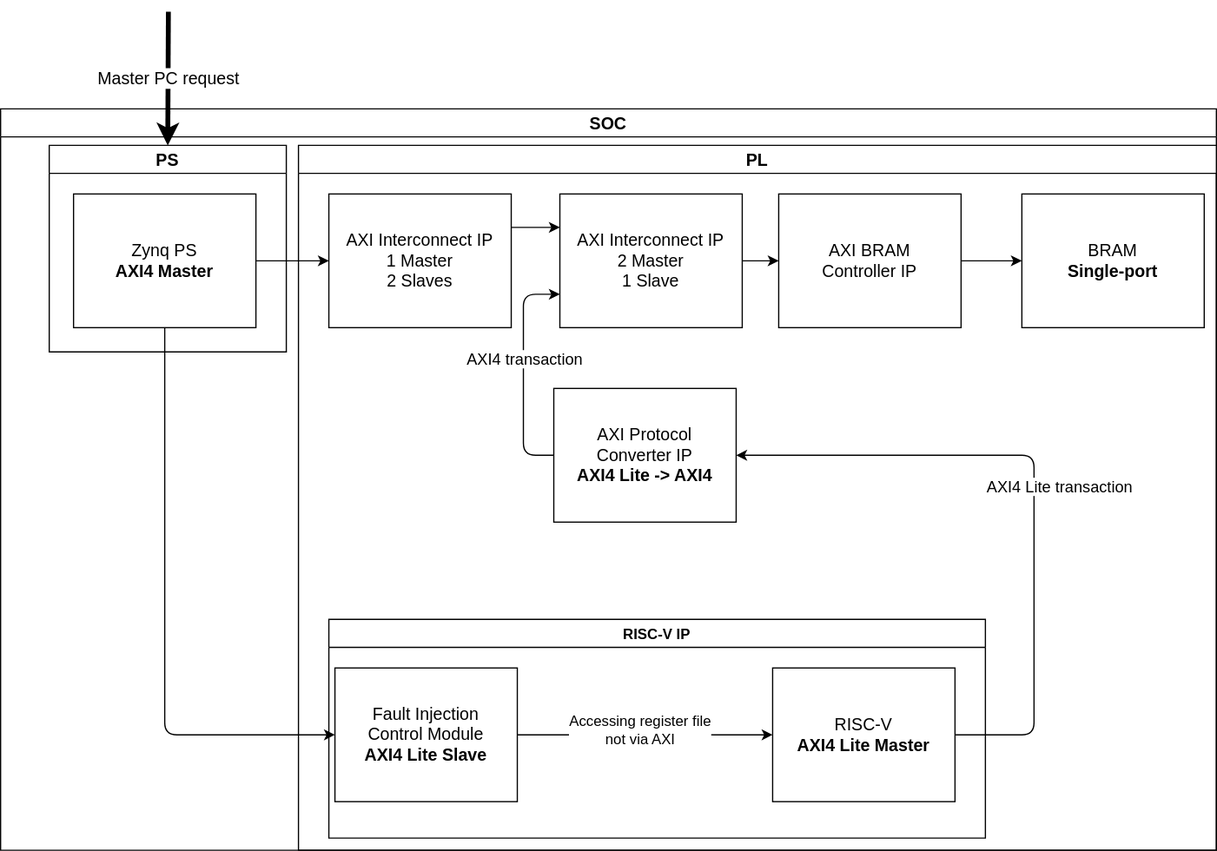
szymek1/RISCV-Research-Project keeps this draw.io diagram as docs/soc_architecture.drawio.svg. Above is the earlier version. Source tidied: cells renumbered, new cells last; positions are measured from the earlier drawing's top-left corner, leaving out a move shared by most shapes.
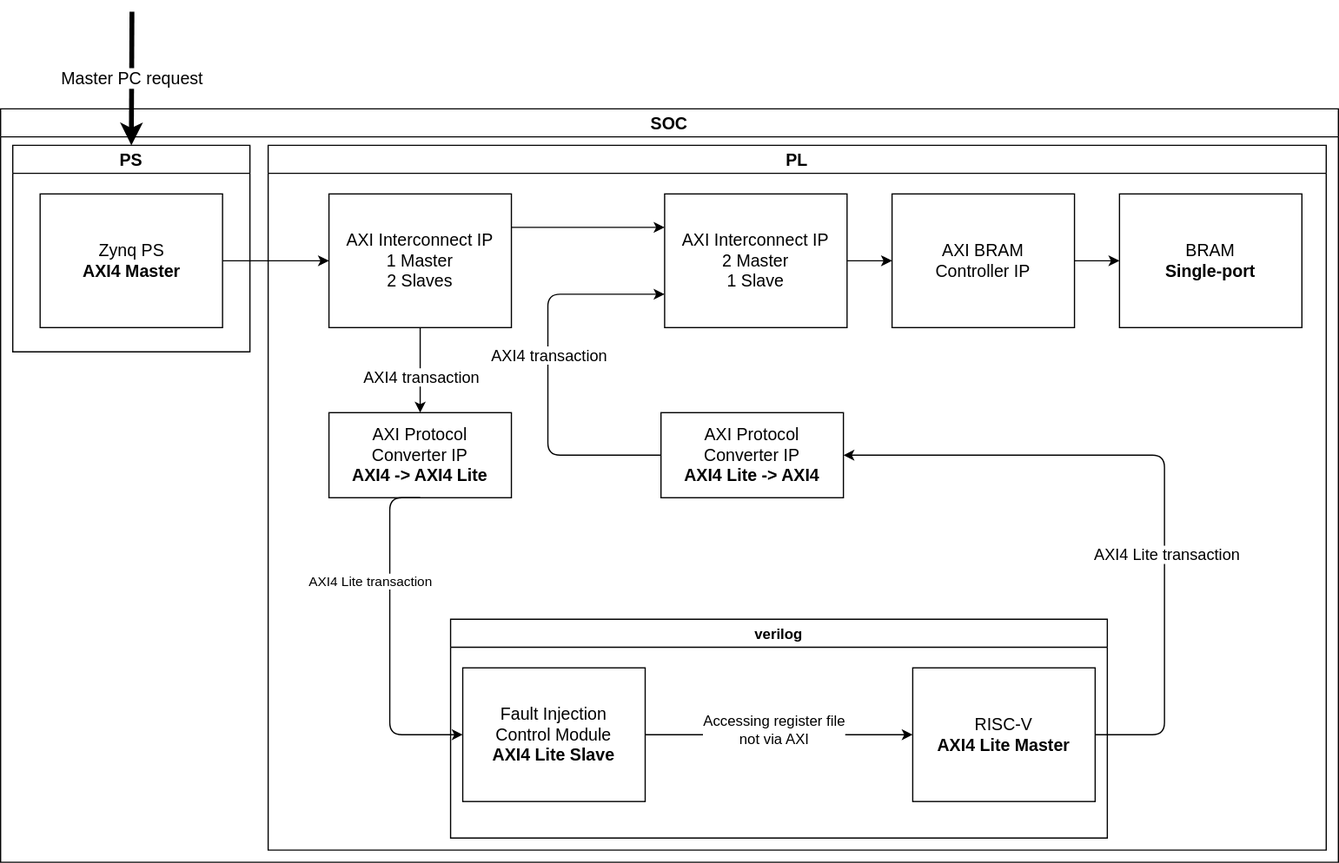
The same file after the commit.

Commit message:
Stylistic changes to the diagram; added extra AXI coverter

What changed in the source:
```diff
@@ -3,51 +3,83 @@
     <mxCell id="0" />
     <mxCell id="1" parent="0" />
     <mxCell id="2" value="SOC" style="swimlane;fontSize=14;" parent="1" vertex="1">
-      <mxGeometry y="80" width="1000" height="610" as="geometry" />
+      <mxGeometry y="80" width="1100" height="620" as="geometry" />
     </mxCell>
     <mxCell id="3" style="edgeStyle=none;html=1;" parent="2" edge="1" source="5" target="9">
       <mxGeometry relative="1" as="geometry" />
     </mxCell>
-    <mxCell id="4" style="edgeStyle=orthogonalEdgeStyle;html=1;exitX=0.5;exitY=1;exitDx=0;exitDy=0;entryX=0;entryY=0.5;entryDx=0;entryDy=0;" parent="2" edge="1" source="5" target="15">
-      <mxGeometry relative="1" as="geometry" />
-    </mxCell>
+    <mxCell id="7" value="PS" style="swimlane;fontSize=14;" parent="2" vertex="1">
+      <mxGeometry x="10" y="30" width="195" height="170" as="geometry" />
+    </mxCell>
-    <mxCell id="5" value="&lt;font style=&quot;font-size: 14px;&quot;&gt;Zynq PS&lt;/font&gt;&lt;div&gt;&lt;b&gt;&lt;font style=&quot;font-size: 14px;&quot;&gt;AXI4 Master&lt;/font&gt;&lt;/b&gt;&lt;/div&gt;" style="rounded=0;whiteSpace=wrap;html=1;" parent="2" vertex="1">
-      <mxGeometry x="60" y="70" width="150" height="110" as="geometry" />
+    <mxCell id="5" value="&lt;font style=&quot;font-size: 14px;&quot;&gt;Zynq PS&lt;/font&gt;&lt;div&gt;&lt;b&gt;&lt;font style=&quot;font-size: 14px;&quot;&gt;AXI4 Master&lt;/font&gt;&lt;/b&gt;&lt;/div&gt;" style="rounded=0;whiteSpace=wrap;html=1;" parent="7" vertex="1">
+      <mxGeometry x="22.5" y="40" width="150" height="110" as="geometry" />
     </mxCell>
-    <mxCell id="6" value="&lt;div&gt;&lt;font style=&quot;font-size: 14px;&quot;&gt;BRAM&lt;/font&gt;&lt;/div&gt;&lt;div&gt;&lt;font style=&quot;font-size: 14px;&quot;&gt;&lt;b&gt;Single-port&lt;/b&gt;&lt;/font&gt;&lt;/div&gt;" style="rounded=0;whiteSpace=wrap;html=1;" parent="2" vertex="1">
-      <mxGeometry x="840" y="70" width="150" height="110" as="geometry" />
-    </mxCell>
-    <mxCell id="7" value="PS" style="swimlane;fontSize=14;" parent="2" vertex="1">
-      <mxGeometry x="40" y="30" width="195" height="170" as="geometry" />
-    </mxCell>
     <mxCell id="8" style="edgeStyle=none;html=1;exitX=1;exitY=0.25;exitDx=0;exitDy=0;entryX=0;entryY=0.25;entryDx=0;entryDy=0;" parent="2" edge="1" source="9" target="13">
       <mxGeometry relative="1" as="geometry" />
     </mxCell>
     <mxCell id="9" value="&lt;div&gt;&lt;span style=&quot;font-size: 14px;&quot;&gt;AXI Interconnect IP&lt;/span&gt;&lt;/div&gt;&lt;div&gt;&lt;span style=&quot;font-size: 14px;&quot;&gt;1 Master&lt;/span&gt;&lt;/div&gt;&lt;div&gt;&lt;span style=&quot;font-size: 14px;&quot;&gt;2 Slaves&lt;/span&gt;&lt;/div&gt;" style="rounded=0;whiteSpace=wrap;html=1;" parent="2" vertex="1">
       <mxGeometry x="270" y="70" width="150" height="110" as="geometry" />
     </mxCell>
-    <mxCell id="10" style="edgeStyle=none;html=1;entryX=0;entryY=0.5;entryDx=0;entryDy=0;" parent="2" edge="1" source="11" target="6">
-      <mxGeometry relative="1" as="geometry" />
-    </mxCell>
+    <mxCell id="14" value="verilog" style="swimlane;" parent="2" vertex="1">
+      <mxGeometry x="370" y="420" width="540" height="180" as="geometry" />
+    </mxCell>
+    <mxCell id="19" value="&lt;div&gt;&lt;span style=&quot;font-size: 14px;&quot;&gt;AXI Protocol&lt;/span&gt;&lt;/div&gt;&lt;div&gt;&lt;span style=&quot;font-size: 14px;&quot;&gt;Converter IP&lt;/span&gt;&lt;/div&gt;&lt;div&gt;&lt;span style=&quot;font-size: 14px;&quot;&gt;&lt;b&gt;AXI4 Lite -&amp;gt; AXI4&lt;/b&gt;&lt;/span&gt;&lt;/div&gt;" style="rounded=0;whiteSpace=wrap;html=1;" parent="2" vertex="1">
+      <mxGeometry x="543" y="250" width="150" height="70" as="geometry" />
+    </mxCell>
+    <mxCell id="22" style="endArrow=classic;html=1;exitX=0;exitY=0.5;exitDx=0;exitDy=0;entryX=0;entryY=0.75;entryDx=0;entryDy=0;edgeStyle=orthogonalEdgeStyle;" parent="2" edge="1" source="19" target="13">
+      <mxGeometry relative="1" as="geometry">
+        <Array as="points">
+          <mxPoint x="450" y="285" />
+          <mxPoint x="450" y="153" />
+        </Array>
+      </mxGeometry>
+    </mxCell>
+    <mxCell id="23" value="&lt;font style=&quot;font-size: 13px;&quot;&gt;AXI4 transaction&lt;/font&gt;" style="edgeLabel;html=1;align=center;verticalAlign=middle;" parent="22" vertex="1">
+      <mxGeometry relative="1" as="geometry">
+        <mxPoint y="-15" as="offset" />
+      </mxGeometry>
+    </mxCell>
+    <mxCell id="24" value="PL" style="swimlane;fontSize=14;startSize=23;" parent="2" vertex="1">
+      <mxGeometry x="220" y="30" width="870" height="580" as="geometry" />
+    </mxCell>
+    <mxCell id="13" value="&lt;div&gt;&lt;span style=&quot;font-size: 14px;&quot;&gt;AXI Interconnect IP&lt;/span&gt;&lt;/div&gt;&lt;div&gt;&lt;span style=&quot;font-size: 14px;&quot;&gt;2 Master&lt;/span&gt;&lt;/div&gt;&lt;div&gt;&lt;span style=&quot;font-size: 14px;&quot;&gt;1 Slave&lt;/span&gt;&lt;/div&gt;" style="rounded=0;whiteSpace=wrap;html=1;" parent="24" vertex="1">
+      <mxGeometry x="326" y="40" width="150" height="110" as="geometry" />
+    </mxCell>
-    <mxCell id="11" value="&lt;div&gt;&lt;span style=&quot;font-size: 14px;&quot;&gt;AXI BRAM&amp;nbsp;&lt;/span&gt;&lt;/div&gt;&lt;div&gt;&lt;span style=&quot;font-size: 14px;&quot;&gt;Controller IP&lt;/span&gt;&lt;/div&gt;" style="rounded=0;whiteSpace=wrap;html=1;" parent="2" vertex="1">
-      <mxGeometry x="640" y="70" width="150" height="110" as="geometry" />
+    <mxCell id="11" value="&lt;div&gt;&lt;span style=&quot;font-size: 14px;&quot;&gt;AXI BRAM&amp;nbsp;&lt;/span&gt;&lt;/div&gt;&lt;div&gt;&lt;span style=&quot;font-size: 14px;&quot;&gt;Controller IP&lt;/span&gt;&lt;/div&gt;" style="rounded=0;whiteSpace=wrap;html=1;" parent="24" vertex="1">
+      <mxGeometry x="513" y="40" width="150" height="110" as="geometry" />
     </mxCell>
-    <mxCell id="12" style="edgeStyle=none;html=1;exitX=1;exitY=0.5;exitDx=0;exitDy=0;entryX=0;entryY=0.5;entryDx=0;entryDy=0;" parent="2" edge="1" source="13" target="11">
+    <mxCell id="12" style="edgeStyle=none;html=1;exitX=1;exitY=0.5;exitDx=0;exitDy=0;entryX=0;entryY=0.5;entryDx=0;entryDy=0;" parent="24" edge="1" source="13" target="11">
       <mxGeometry relative="1" as="geometry" />
     </mxCell>
-    <mxCell id="13" value="&lt;div&gt;&lt;span style=&quot;font-size: 14px;&quot;&gt;AXI Interconnect IP&lt;/span&gt;&lt;/div&gt;&lt;div&gt;&lt;span style=&quot;font-size: 14px;&quot;&gt;2 Master&lt;/span&gt;&lt;/div&gt;&lt;div&gt;&lt;span style=&quot;font-size: 14px;&quot;&gt;1 Slave&lt;/span&gt;&lt;/div&gt;" style="rounded=0;whiteSpace=wrap;html=1;" parent="2" vertex="1">
-      <mxGeometry x="460" y="70" width="150" height="110" as="geometry" />
-    </mxCell>
-    <mxCell id="14" value="RISC-V IP" style="swimlane;" parent="2" vertex="1">
-      <mxGeometry x="270" y="420" width="540" height="180" as="geometry" />
-    </mxCell>
-    <mxCell id="15" value="&lt;div&gt;&lt;span style=&quot;font-size: 14px;&quot;&gt;Fault Injection&lt;/span&gt;&lt;/div&gt;&lt;div&gt;&lt;span style=&quot;font-size: 14px;&quot;&gt;Control Module&lt;/span&gt;&lt;/div&gt;&lt;div&gt;&lt;span style=&quot;font-size: 14px;&quot;&gt;&lt;b&gt;AXI4 Lite Slave&lt;/b&gt;&lt;/span&gt;&lt;/div&gt;" style="rounded=0;whiteSpace=wrap;html=1;" parent="14" vertex="1">
-      <mxGeometry x="5" y="40" width="150" height="110" as="geometry" />
+    <mxCell id="15" value="&lt;div&gt;&lt;span style=&quot;font-size: 14px;&quot;&gt;Fault Injection&lt;/span&gt;&lt;/div&gt;&lt;div&gt;&lt;span style=&quot;font-size: 14px;&quot;&gt;Control Module&lt;/span&gt;&lt;/div&gt;&lt;div&gt;&lt;span style=&quot;font-size: 14px;&quot;&gt;&lt;b&gt;AXI4 Lite Slave&lt;/b&gt;&lt;/span&gt;&lt;/div&gt;" style="rounded=0;whiteSpace=wrap;html=1;" parent="24" vertex="1">
+      <mxGeometry x="160" y="430" width="150" height="110" as="geometry" />
     </mxCell>
+    <mxCell id="27" value="&lt;div&gt;&lt;span style=&quot;font-size: 14px;&quot;&gt;AXI Protocol&lt;/span&gt;&lt;/div&gt;&lt;div&gt;&lt;span style=&quot;font-size: 14px;&quot;&gt;Converter IP&lt;/span&gt;&lt;/div&gt;&lt;div&gt;&lt;span style=&quot;font-size: 14px;&quot;&gt;&lt;b&gt;AXI4 -&amp;gt; AXI4 Lite&lt;/b&gt;&lt;/span&gt;&lt;/div&gt;" style="rounded=0;whiteSpace=wrap;html=1;" parent="24" vertex="1">
+      <mxGeometry x="50" y="220" width="150" height="70" as="geometry" />
+    </mxCell>
+    <mxCell id="28" style="endArrow=classic;html=1;exitX=0.5;exitY=1;exitDx=0;exitDy=0;entryX=0;entryY=0.5;entryDx=0;entryDy=0;edgeStyle=orthogonalEdgeStyle;" parent="24" edge="1" source="27" target="15">
+      <mxGeometry relative="1" as="geometry">
+        <Array as="points">
+          <mxPoint x="100" y="290" />
+          <mxPoint x="100" y="485" />
+        </Array>
+      </mxGeometry>
+    </mxCell>
+    <mxCell id="29" value="AXI4 Lite transaction" style="edgeLabel;html=1;align=center;verticalAlign=middle;" parent="28" vertex="1">
+      <mxGeometry relative="1" as="geometry">
+        <mxPoint x="-17" y="-47" as="offset" />
+      </mxGeometry>
+    </mxCell>
+    <mxCell id="6" value="&lt;div&gt;&lt;font style=&quot;font-size: 14px;&quot;&gt;BRAM&lt;/font&gt;&lt;/div&gt;&lt;div&gt;&lt;font style=&quot;font-size: 14px;&quot;&gt;&lt;b&gt;Single-port&lt;/b&gt;&lt;/font&gt;&lt;/div&gt;" style="rounded=0;whiteSpace=wrap;html=1;" parent="24" vertex="1">
+      <mxGeometry x="700" y="40" width="150" height="110" as="geometry" />
+    </mxCell>
+    <mxCell id="10" style="edgeStyle=none;html=1;entryX=0;entryY=0.5;entryDx=0;entryDy=0;" parent="24" edge="1" source="11" target="6">
+      <mxGeometry relative="1" as="geometry" />
+    </mxCell>
-    <mxCell id="16" value="&lt;span style=&quot;font-size: 14px;&quot;&gt;RISC-V&lt;/span&gt;&lt;div&gt;&lt;span style=&quot;font-size: 14px;&quot;&gt;&lt;b&gt;AXI4 Lite Master&lt;/b&gt;&lt;/span&gt;&lt;/div&gt;" style="rounded=0;whiteSpace=wrap;html=1;" parent="14" vertex="1">
-      <mxGeometry x="365" y="40" width="150" height="110" as="geometry" />
+    <mxCell id="16" value="&lt;span style=&quot;font-size: 14px;&quot;&gt;RISC-V&lt;/span&gt;&lt;div&gt;&lt;span style=&quot;font-size: 14px;&quot;&gt;&lt;b&gt;AXI4 Lite Master&lt;/b&gt;&lt;/span&gt;&lt;/div&gt;" style="rounded=0;whiteSpace=wrap;html=1;" parent="24" vertex="1">
+      <mxGeometry x="530" y="430" width="150" height="110" as="geometry" />
     </mxCell>
-    <mxCell id="17" style="endArrow=classic;html=1;exitX=1;exitY=0.5;exitDx=0;exitDy=0;entryX=0;entryY=0.5;entryDx=0;entryDy=0;" parent="14" edge="1" source="15" target="16">
+    <mxCell id="17" style="endArrow=classic;html=1;exitX=1;exitY=0.5;exitDx=0;exitDy=0;entryX=0;entryY=0.5;entryDx=0;entryDy=0;" parent="24" edge="1" source="15" target="16">
       <mxGeometry relative="1" as="geometry" />
     </mxCell>
     <mxCell id="18" value="&lt;font style=&quot;font-size: 12px;&quot;&gt;Accessing register file&lt;/font&gt;&lt;div&gt;&lt;font style=&quot;font-size: 12px;&quot;&gt;not via AXI&lt;/font&gt;&lt;/div&gt;" style="edgeLabel;html=1;align=center;verticalAlign=middle;" parent="17" vertex="1">
@@ -55,41 +87,30 @@
         <mxPoint x="-5" y="-5" as="offset" />
       </mxGeometry>
     </mxCell>
-    <mxCell id="19" value="&lt;div&gt;&lt;span style=&quot;font-size: 14px;&quot;&gt;AXI Protocol&lt;/span&gt;&lt;/div&gt;&lt;div&gt;&lt;span style=&quot;font-size: 14px;&quot;&gt;Converter IP&lt;/span&gt;&lt;/div&gt;&lt;div&gt;&lt;span style=&quot;font-size: 14px;&quot;&gt;&lt;b&gt;AXI4 Lite -&amp;gt; AXI4&lt;/b&gt;&lt;/span&gt;&lt;/div&gt;" style="rounded=0;whiteSpace=wrap;html=1;" parent="2" vertex="1">
-      <mxGeometry x="455" y="230" width="150" height="110" as="geometry" />
-    </mxCell>
+    <mxCell id="30" style="endArrow=classic;html=1;exitX=0.5;exitY=1;exitDx=0;exitDy=0;entryX=0.5;entryY=0;entryDx=0;entryDy=0;" parent="2" edge="1" source="9" target="27">
+      <mxGeometry relative="1" as="geometry" />
+    </mxCell>
+    <mxCell id="31" value="&lt;font style=&quot;font-size: 13px;&quot;&gt;AXI4 transaction&lt;/font&gt;" style="edgeLabel;html=1;align=center;verticalAlign=middle;" parent="30" vertex="1">
+      <mxGeometry relative="1" as="geometry">
+        <mxPoint y="5" as="offset" />
+      </mxGeometry>
+    </mxCell>
     <mxCell id="20" style="endArrow=classic;html=1;exitX=1;exitY=0.5;exitDx=0;exitDy=0;entryX=1;entryY=0.5;entryDx=0;entryDy=0;edgeStyle=orthogonalEdgeStyle;" parent="2" edge="1" source="16" target="19">
       <mxGeometry relative="1" as="geometry">
         <Array as="points">
-          <mxPoint x="850" y="515" />
-          <mxPoint x="850" y="285" />
+          <mxPoint x="957" y="515" />
+          <mxPoint x="957" y="285" />
         </Array>
       </mxGeometry>
     </mxCell>
     <mxCell id="21" value="&lt;font style=&quot;font-size: 13px;&quot;&gt;AXI4 Lite transaction&lt;/font&gt;" style="edgeLabel;html=1;align=center;verticalAlign=middle;" parent="20" vertex="1">
       <mxGeometry relative="1" as="geometry">
-        <mxPoint x="20" as="offset" />
+        <mxPoint x="1" y="70" as="offset" />
       </mxGeometry>
     </mxCell>
-    <mxCell id="22" style="endArrow=classic;html=1;exitX=0;exitY=0.5;exitDx=0;exitDy=0;entryX=0;entryY=0.75;entryDx=0;entryDy=0;edgeStyle=orthogonalEdgeStyle;" parent="2" edge="1" source="19" target="13">
-      <mxGeometry relative="1" as="geometry">
-        <Array as="points">
-          <mxPoint x="430" y="285" />
-          <mxPoint x="430" y="153" />
-        </Array>
-      </mxGeometry>
-    </mxCell>
-    <mxCell id="23" value="&lt;font style=&quot;font-size: 13px;&quot;&gt;AXI4 transaction&lt;/font&gt;" style="edgeLabel;html=1;align=center;verticalAlign=middle;" parent="22" vertex="1">
-      <mxGeometry relative="1" as="geometry">
-        <mxPoint y="-11" as="offset" />
-      </mxGeometry>
-    </mxCell>
-    <mxCell id="24" value="PL" style="swimlane;fontSize=14;startSize=23;" parent="2" vertex="1">
-      <mxGeometry x="245" y="30" width="755" height="580" as="geometry" />
-    </mxCell>
     <mxCell id="25" style="endArrow=classic;html=1;entryX=0.5;entryY=0;entryDx=0;entryDy=0;strokeWidth=4;" parent="1" edge="1" target="7">
       <mxGeometry relative="1" as="geometry">
-        <mxPoint x="138" as="sourcePoint" />
+        <mxPoint x="108" as="sourcePoint" />
       </mxGeometry>
     </mxCell>
     <mxCell id="26" value="&lt;font style=&quot;font-size: 14px;&quot;&gt;Master PC request&lt;/font&gt;" style="edgeLabel;html=1;align=center;verticalAlign=middle;" parent="25" vertex="1">
```
